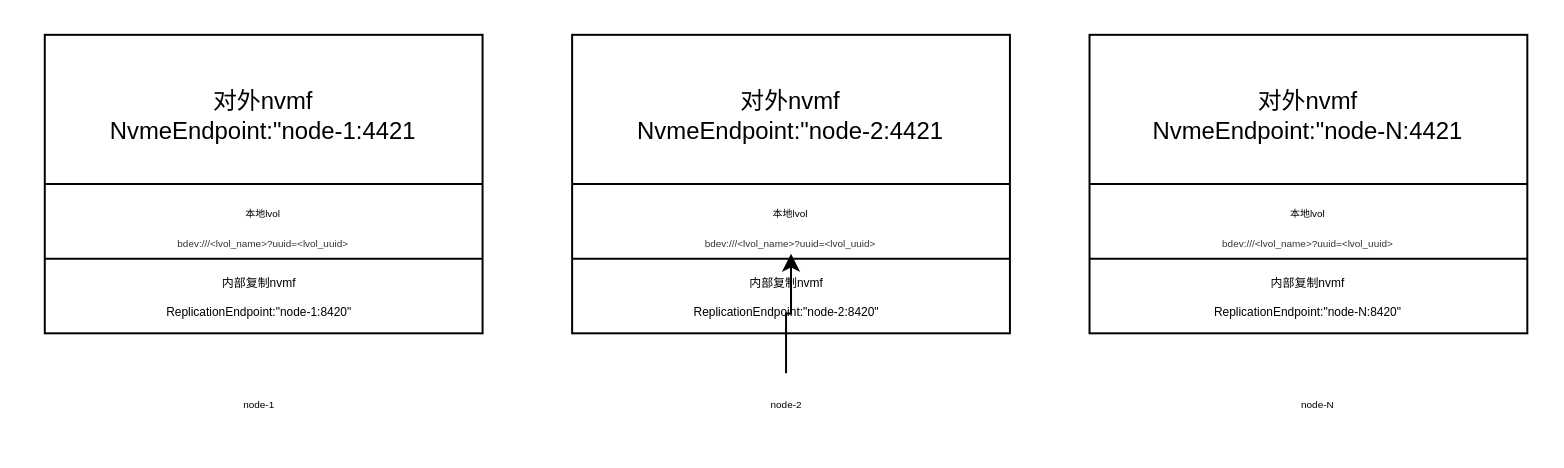
Before: multipath.drawio in luqitao/drawio_files, a draw.io diagram. Source tidied: cells renumbered, new cells numbered last; positions are measured from the earlier drawing's top-left corner, leaving out a move shared by most shapes. Both pictures are drawn from the tidied source at 199%, with x=0, y=0 at pixel (34, 34).
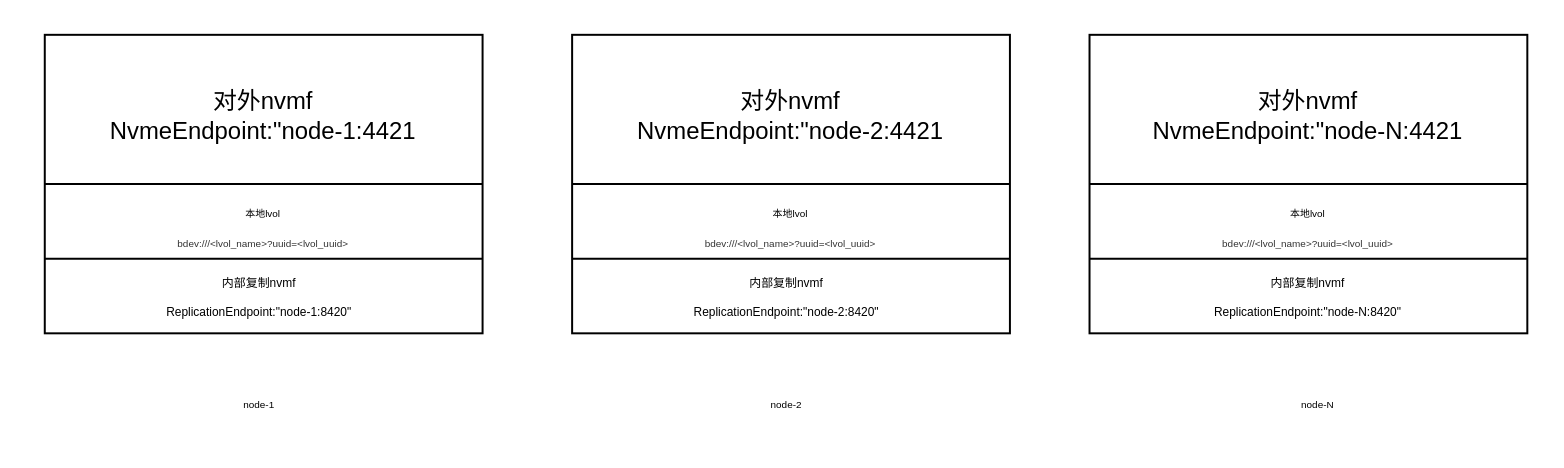
The same diagram, later.

Unchanged cells that the change refers to:
```xml
<mxCell id="15" value="&lt;font style=&quot;font-size: 5px&quot;&gt;本地lvol&lt;br&gt;&lt;span style=&quot;color: rgb(51 , 51 , 51)&quot;&gt;bdev:///&amp;lt;lvol_name&amp;gt;?uuid=&amp;lt;lvol_uuid&amp;gt;&lt;/span&gt;&lt;/font&gt;&lt;span style=&quot;font-size: 6px&quot;&gt;&lt;br&gt;&lt;/span&gt;" style="text;html=1;strokeColor=none;fillColor=none;align=center;verticalAlign=middle;whiteSpace=wrap;rounded=0;strokeWidth=0;" parent="9" vertex="1">
  <mxGeometry x="5" y="80" width="220" height="30" as="geometry" />
</mxCell>
<mxCell id="25" value="node-2" style="text;html=1;strokeColor=none;fillColor=none;align=center;verticalAlign=middle;whiteSpace=wrap;rounded=0;fontSize=5;" parent="1" vertex="1">
  <mxGeometry x="347.5" y="170" width="60" height="30" as="geometry" />
</mxCell>
```

Diff of the diagram source:
```diff
@@
-    <mxCell id="24" style="edgeStyle=orthogonalEdgeStyle;rounded=0;jettySize=auto;html=1;fontSize=5;" parent="1" edge="1" source="25" target="15">
-      <mxGeometry relative="1" as="geometry" />
-    </mxCell>
```
